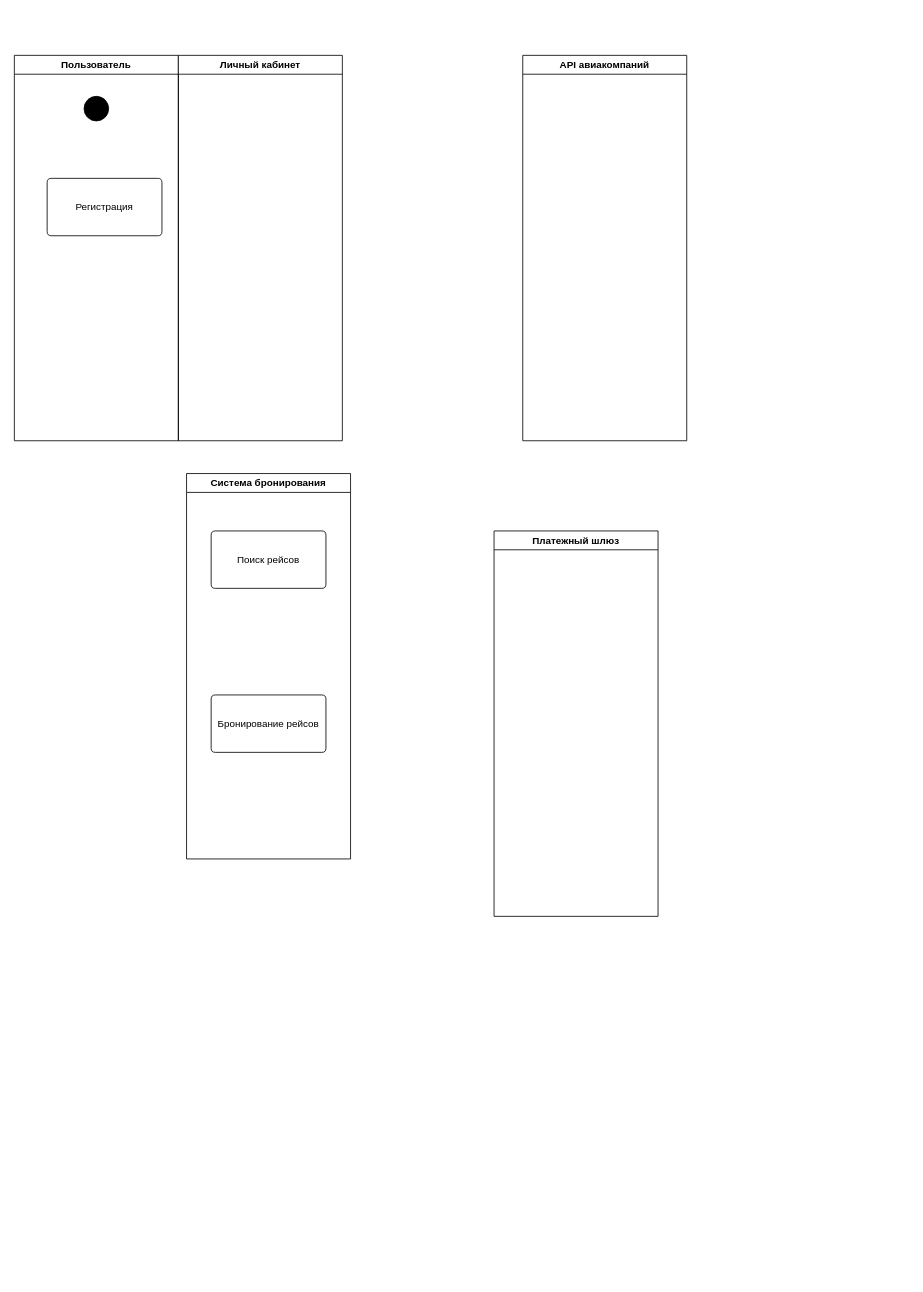
chchjii/Draw.io keeps this draw.io diagram as Разработка и построение диаграмм активностей.drawio. Above is the earlier version. Source tidied: cells renumbered, new cells numbered last; positions are measured from the earlier drawing's top-left corner, leaving out a move shared by most shapes. Both pictures are drawn from the tidied source at 82%, with x=0, y=0 at pixel (14, 55).
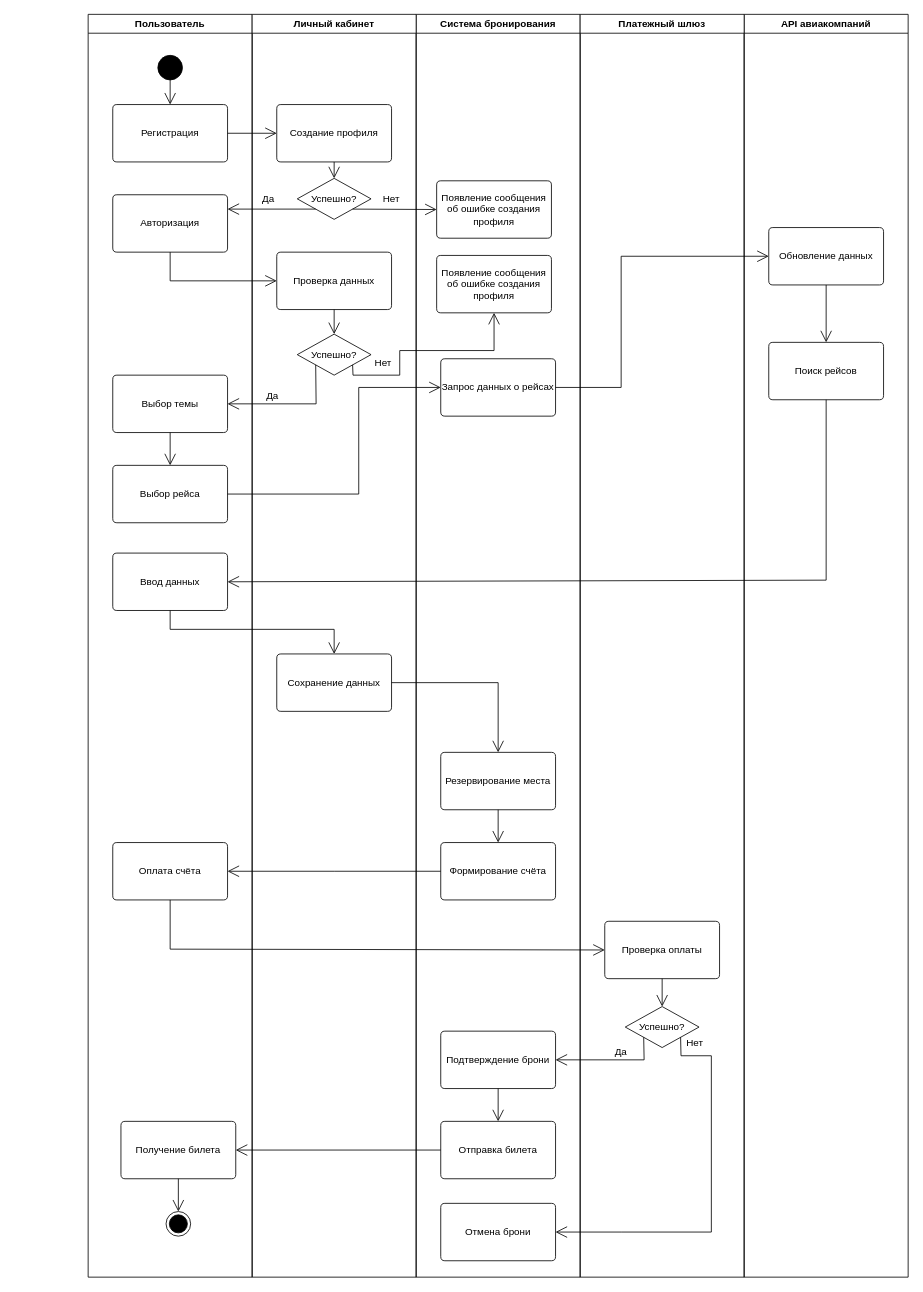
The same page after the edit.

The change refers to these unchanged cells:
```xml
<mxCell id="4" style="ellipse;fillColor=strokeColor;html=1;" parent="2" vertex="1">
  <mxGeometry x="85" y="50" width="30" height="30" as="geometry" />
</mxCell>
```

Change to the diagram source:
```diff
@@
     <mxCell id="2" value="Пользователь" style="swimlane;whiteSpace=wrap;html=1;" parent="1" vertex="1">
-      <mxGeometry width="200" height="470" as="geometry" />
+      <mxGeometry x="90" y="-50" width="200" height="1540" as="geometry" />
     </mxCell>
     <mxCell id="3" value="Регистрация" style="html=1;align=center;verticalAlign=middle;rounded=1;absoluteArcSize=1;arcSize=10;dashed=0;whiteSpace=wrap;" parent="2" vertex="1">
-      <mxGeometry x="40" y="150" width="140" height="70" as="geometry" />
+      <mxGeometry x="30" y="110" width="140" height="70" as="geometry" />
     </mxCell>
@@
+    <mxCell id="11" value="Авторизация" style="html=1;align=center;verticalAlign=middle;rounded=1;absoluteArcSize=1;arcSize=10;dashed=0;whiteSpace=wrap;" parent="2" vertex="1">
+      <mxGeometry x="30" y="220" width="140" height="70" as="geometry" />
+    </mxCell>
+    <mxCell id="12" value="Выбор рейса" style="html=1;align=center;verticalAlign=middle;rounded=1;absoluteArcSize=1;arcSize=10;dashed=0;whiteSpace=wrap;" parent="2" vertex="1">
+      <mxGeometry x="30" y="550" width="140" height="70" as="geometry" />
+    </mxCell>
+    <mxCell id="13" value="Ввод данных" style="html=1;align=center;verticalAlign=middle;rounded=1;absoluteArcSize=1;arcSize=10;dashed=0;whiteSpace=wrap;" parent="2" vertex="1">
+      <mxGeometry x="30" y="657" width="140" height="70" as="geometry" />
+    </mxCell>
+    <mxCell id="14" value="Оплата счёта" style="html=1;align=center;verticalAlign=middle;rounded=1;absoluteArcSize=1;arcSize=10;dashed=0;whiteSpace=wrap;" parent="2" vertex="1">
+      <mxGeometry x="30" y="1010" width="140" height="70" as="geometry" />
+    </mxCell>
+    <mxCell id="15" value="Получение билета" style="html=1;align=center;verticalAlign=middle;rounded=1;absoluteArcSize=1;arcSize=10;dashed=0;whiteSpace=wrap;" parent="2" vertex="1">
+      <mxGeometry x="40" y="1350" width="140" height="70" as="geometry" />
+    </mxCell>
+    <mxCell id="16" style="endArrow=open;endFill=1;endSize=12;html=1;rounded=0;exitX=0.5;exitY=1;exitDx=0;exitDy=0;entryX=0.5;entryY=0;entryDx=0;entryDy=0;" parent="2" edge="1" source="4" target="3">
+      <mxGeometry relative="1" as="geometry" />
+    </mxCell>
+    <mxCell id="17" value="Выбор темы" style="html=1;align=center;verticalAlign=middle;rounded=1;absoluteArcSize=1;arcSize=10;dashed=0;whiteSpace=wrap;" parent="2" vertex="1">
+      <mxGeometry x="30" y="440" width="140" height="70" as="geometry" />
+    </mxCell>
+    <mxCell id="18" style="endArrow=open;endFill=1;endSize=12;html=1;rounded=0;exitX=0.5;exitY=1;exitDx=0;exitDy=0;entryX=0.5;entryY=0;entryDx=0;entryDy=0;" parent="2" edge="1" source="17" target="12">
+      <mxGeometry relative="1" as="geometry" />
+    </mxCell>
+    <mxCell id="19" style="ellipse;html=1;shape=endState;fillColor=strokeColor;" parent="2" vertex="1">
+      <mxGeometry x="95" y="1460" width="30" height="30" as="geometry" />
+    </mxCell>
+    <mxCell id="20" style="endArrow=open;endFill=1;endSize=12;html=1;rounded=0;exitX=0.5;exitY=1;exitDx=0;exitDy=0;entryX=0.5;entryY=0;entryDx=0;entryDy=0;" parent="2" edge="1" source="15" target="19">
+      <mxGeometry relative="1" as="geometry" />
+    </mxCell>
     <mxCell id="5" value="Система бронирования" style="swimlane;whiteSpace=wrap;html=1;" parent="1" vertex="1">
-      <mxGeometry x="210" y="510" width="200" height="470" as="geometry" />
+      <mxGeometry x="490" y="-50" width="200" height="1540" as="geometry" />
     </mxCell>
+    <mxCell id="21" value="Запрос данных о рейсах" style="html=1;align=center;verticalAlign=middle;rounded=1;absoluteArcSize=1;arcSize=10;dashed=0;whiteSpace=wrap;" parent="5" vertex="1">
+      <mxGeometry x="30" y="420" width="140" height="70" as="geometry" />
+    </mxCell>
+    <mxCell id="22" value="Резервирование места" style="html=1;align=center;verticalAlign=middle;rounded=1;absoluteArcSize=1;arcSize=10;dashed=0;whiteSpace=wrap;" parent="5" vertex="1">
+      <mxGeometry x="30" y="900" width="140" height="70" as="geometry" />
+    </mxCell>
+    <mxCell id="23" value="Формирование счёта" style="html=1;align=center;verticalAlign=middle;rounded=1;absoluteArcSize=1;arcSize=10;dashed=0;whiteSpace=wrap;" parent="5" vertex="1">
+      <mxGeometry x="30" y="1010" width="140" height="70" as="geometry" />
+    </mxCell>
+    <mxCell id="24" value="Отправка билета" style="html=1;align=center;verticalAlign=middle;rounded=1;absoluteArcSize=1;arcSize=10;dashed=0;whiteSpace=wrap;" parent="5" vertex="1">
+      <mxGeometry x="30" y="1350" width="140" height="70" as="geometry" />
+    </mxCell>
+    <mxCell id="25" style="endArrow=open;endFill=1;endSize=12;html=1;rounded=0;exitX=0.5;exitY=1;exitDx=0;exitDy=0;entryX=0.5;entryY=0;entryDx=0;entryDy=0;" parent="5" edge="1" source="22" target="23">
+      <mxGeometry relative="1" as="geometry" />
+    </mxCell>
+    <mxCell id="26" value="Появление сообщения об ошибке создания профиля" style="html=1;align=center;verticalAlign=middle;rounded=1;absoluteArcSize=1;arcSize=10;dashed=0;whiteSpace=wrap;" parent="5" vertex="1">
+      <mxGeometry x="25" y="203" width="140" height="70" as="geometry" />
+    </mxCell>
+    <mxCell id="27" value="Появление сообщения об ошибке создания профиля" style="html=1;align=center;verticalAlign=middle;rounded=1;absoluteArcSize=1;arcSize=10;dashed=0;whiteSpace=wrap;" parent="5" vertex="1">
+      <mxGeometry x="25" y="294" width="140" height="70" as="geometry" />
+    </mxCell>
+    <mxCell id="28" value="Подтверждение брони" style="html=1;align=center;verticalAlign=middle;rounded=1;absoluteArcSize=1;arcSize=10;dashed=0;whiteSpace=wrap;" parent="5" vertex="1">
+      <mxGeometry x="30" y="1240" width="140" height="70" as="geometry" />
+    </mxCell>
+    <mxCell id="29" style="endArrow=open;endFill=1;endSize=12;html=1;rounded=0;exitX=0.5;exitY=1;exitDx=0;exitDy=0;entryX=0.5;entryY=0;entryDx=0;entryDy=0;" parent="5" edge="1" source="28" target="24">
+      <mxGeometry relative="1" as="geometry" />
+    </mxCell>
+    <mxCell id="30" value="Отмена брони" style="html=1;align=center;verticalAlign=middle;rounded=1;absoluteArcSize=1;arcSize=10;dashed=0;whiteSpace=wrap;" parent="5" vertex="1">
+      <mxGeometry x="30" y="1450" width="140" height="70" as="geometry" />
+    </mxCell>
+    <mxCell id="8" value="API авиакомпаний" style="swimlane;whiteSpace=wrap;html=1;" parent="1" vertex="1">
+      <mxGeometry x="890" y="-50" width="200" height="1540" as="geometry" />
+    </mxCell>
-    <mxCell id="6" value="Поиск рейсов" style="html=1;align=center;verticalAlign=middle;rounded=1;absoluteArcSize=1;arcSize=10;dashed=0;whiteSpace=wrap;" parent="5" vertex="1">
-      <mxGeometry x="30" y="70" width="140" height="70" as="geometry" />
+    <mxCell id="6" value="Обновление данных" style="html=1;align=center;verticalAlign=middle;rounded=1;absoluteArcSize=1;arcSize=10;dashed=0;whiteSpace=wrap;" parent="8" vertex="1">
+      <mxGeometry x="30" y="260" width="140" height="70" as="geometry" />
     </mxCell>
-    <mxCell id="7" value="Бронирование рейсов" style="html=1;align=center;verticalAlign=middle;rounded=1;absoluteArcSize=1;arcSize=10;dashed=0;whiteSpace=wrap;" parent="5" vertex="1">
-      <mxGeometry x="30" y="270" width="140" height="70" as="geometry" />
-    </mxCell>
-    <mxCell id="8" value="API авиакомпаний" style="swimlane;whiteSpace=wrap;html=1;" parent="1" vertex="1">
-      <mxGeometry x="620" width="200" height="470" as="geometry" />
-    </mxCell>
+    <mxCell id="31" value="Поиск рейсов" style="html=1;align=center;verticalAlign=middle;rounded=1;absoluteArcSize=1;arcSize=10;dashed=0;whiteSpace=wrap;" parent="8" vertex="1">
+      <mxGeometry x="30" y="400" width="140" height="70" as="geometry" />
+    </mxCell>
+    <mxCell id="32" style="endArrow=open;endFill=1;endSize=12;html=1;rounded=0;exitX=0.5;exitY=1;exitDx=0;exitDy=0;entryX=0.5;entryY=0;entryDx=0;entryDy=0;" parent="8" edge="1" source="6" target="31">
+      <mxGeometry relative="1" as="geometry" />
+    </mxCell>
     <mxCell id="9" value="Платежный шлюз" style="swimlane;whiteSpace=wrap;html=1;" parent="1" vertex="1">
-      <mxGeometry x="585" y="580" width="200" height="470" as="geometry" />
+      <mxGeometry x="690" y="-50" width="200" height="1540" as="geometry" />
     </mxCell>
+    <mxCell id="33" value="Проверка оплаты" style="html=1;align=center;verticalAlign=middle;rounded=1;absoluteArcSize=1;arcSize=10;dashed=0;whiteSpace=wrap;" parent="9" vertex="1">
+      <mxGeometry x="30" y="1106" width="140" height="70" as="geometry" />
+    </mxCell>
+    <mxCell id="34" value="Успешно?" style="shape=rhombus;html=1;dashed=0;whiteSpace=wrap;perimeter=rhombusPerimeter;" parent="9" vertex="1">
+      <mxGeometry x="55" y="1210" width="90" height="50" as="geometry" />
+    </mxCell>
+    <mxCell id="35" style="endArrow=open;endFill=1;endSize=12;html=1;rounded=0;exitX=0.5;exitY=1;exitDx=0;exitDy=0;entryX=0.5;entryY=0;entryDx=0;entryDy=0;" parent="9" edge="1" source="33" target="34">
+      <mxGeometry relative="1" as="geometry" />
+    </mxCell>
+    <mxCell id="36" value="Да" style="text;html=1;align=center;verticalAlign=middle;whiteSpace=wrap;rounded=0;" parent="9" vertex="1">
+      <mxGeometry x="20" y="1250" width="60" height="30" as="geometry" />
+    </mxCell>
+    <mxCell id="37" value="Нет" style="text;html=1;align=center;verticalAlign=middle;whiteSpace=wrap;rounded=0;" parent="9" vertex="1">
+      <mxGeometry x="110" y="1240" width="60" height="30" as="geometry" />
+    </mxCell>
     <mxCell id="10" value="Личный кабинет" style="swimlane;whiteSpace=wrap;html=1;" parent="1" vertex="1">
-      <mxGeometry x="200" width="200" height="470" as="geometry" />
+      <mxGeometry x="290" y="-50" width="200" height="1540" as="geometry" />
     </mxCell>
+    <mxCell id="38" value="Создание профиля" style="html=1;align=center;verticalAlign=middle;rounded=1;absoluteArcSize=1;arcSize=10;dashed=0;whiteSpace=wrap;" parent="10" vertex="1">
+      <mxGeometry x="30" y="110" width="140" height="70" as="geometry" />
+    </mxCell>
+    <mxCell id="39" value="Успешно?" style="shape=rhombus;html=1;dashed=0;whiteSpace=wrap;perimeter=rhombusPerimeter;" parent="10" vertex="1">
+      <mxGeometry x="55" y="200" width="90" height="50" as="geometry" />
+    </mxCell>
+    <mxCell id="40" style="endArrow=open;endFill=1;endSize=12;html=1;rounded=0;exitX=0.5;exitY=1;exitDx=0;exitDy=0;entryX=0.5;entryY=0;entryDx=0;entryDy=0;" parent="10" edge="1" source="38" target="39">
+      <mxGeometry relative="1" as="geometry" />
+    </mxCell>
+    <mxCell id="41" value="Да" style="text;html=1;align=center;verticalAlign=middle;whiteSpace=wrap;rounded=0;" parent="10" vertex="1">
+      <mxGeometry x="-10" y="210" width="60" height="30" as="geometry" />
+    </mxCell>
+    <mxCell id="42" value="Проверка данных" style="html=1;align=center;verticalAlign=middle;rounded=1;absoluteArcSize=1;arcSize=10;dashed=0;whiteSpace=wrap;" parent="10" vertex="1">
+      <mxGeometry x="30" y="290" width="140" height="70" as="geometry" />
+    </mxCell>
+    <mxCell id="43" value="Успешно?" style="shape=rhombus;html=1;dashed=0;whiteSpace=wrap;perimeter=rhombusPerimeter;" parent="10" vertex="1">
+      <mxGeometry x="55" y="390" width="90" height="50" as="geometry" />
+    </mxCell>
+    <mxCell id="44" style="endArrow=open;endFill=1;endSize=12;html=1;rounded=0;exitX=0.5;exitY=1;exitDx=0;exitDy=0;entryX=0.5;entryY=0;entryDx=0;entryDy=0;" parent="10" edge="1" source="42" target="43">
+      <mxGeometry relative="1" as="geometry" />
+    </mxCell>
+    <mxCell id="45" value="Да" style="text;html=1;align=center;verticalAlign=middle;whiteSpace=wrap;rounded=0;" parent="10" vertex="1">
+      <mxGeometry x="-5" y="450" width="60" height="30" as="geometry" />
+    </mxCell>
+    <mxCell id="46" value="Сохранение данных" style="html=1;align=center;verticalAlign=middle;rounded=1;absoluteArcSize=1;arcSize=10;dashed=0;whiteSpace=wrap;" parent="10" vertex="1">
+      <mxGeometry x="30" y="780" width="140" height="70" as="geometry" />
+    </mxCell>
+    <mxCell id="47" value="Нет" style="text;html=1;align=center;verticalAlign=middle;whiteSpace=wrap;rounded=0;" parent="10" vertex="1">
+      <mxGeometry x="140" y="210" width="60" height="30" as="geometry" />
+    </mxCell>
+    <mxCell id="48" value="Нет" style="text;html=1;align=center;verticalAlign=middle;whiteSpace=wrap;rounded=0;" parent="10" vertex="1">
+      <mxGeometry x="130" y="410" width="60" height="30" as="geometry" />
+    </mxCell>
+    <mxCell id="49" style="endArrow=open;endFill=1;endSize=12;html=1;rounded=0;exitX=1;exitY=0.5;exitDx=0;exitDy=0;entryX=0;entryY=0.5;entryDx=0;entryDy=0;" parent="1" edge="1" source="3" target="38">
+      <mxGeometry relative="1" as="geometry" />
+    </mxCell>
+    <mxCell id="50" style="endArrow=open;endFill=1;endSize=12;html=1;rounded=0;exitX=0;exitY=1;exitDx=0;exitDy=0;entryX=1;entryY=0.25;entryDx=0;entryDy=0;" parent="1" edge="1" source="39" target="11">
+      <mxGeometry relative="1" as="geometry" />
+    </mxCell>
+    <mxCell id="51" style="endArrow=open;endFill=1;endSize=12;html=1;rounded=0;exitX=0.5;exitY=1;exitDx=0;exitDy=0;entryX=0;entryY=0.5;entryDx=0;entryDy=0;" parent="1" edge="1" source="11" target="42">
+      <mxGeometry relative="1" as="geometry">
+        <Array as="points">
+          <mxPoint x="190" y="275" />
+        </Array>
+      </mxGeometry>
+    </mxCell>
+    <mxCell id="52" style="endArrow=open;endFill=1;endSize=12;html=1;rounded=0;exitX=0;exitY=1;exitDx=0;exitDy=0;entryX=1;entryY=0.5;entryDx=0;entryDy=0;" parent="1" edge="1" source="43" target="17">
+      <mxGeometry relative="1" as="geometry">
+        <Array as="points">
+          <mxPoint x="368" y="425" />
+        </Array>
+      </mxGeometry>
+    </mxCell>
+    <mxCell id="53" style="endArrow=open;endFill=1;endSize=12;html=1;rounded=0;exitX=1;exitY=0.5;exitDx=0;exitDy=0;entryX=0;entryY=0.5;entryDx=0;entryDy=0;" parent="1" edge="1" source="12" target="21">
+      <mxGeometry relative="1" as="geometry">
+        <Array as="points">
+          <mxPoint x="420" y="535" />
+          <mxPoint x="420" y="405" />
+        </Array>
+      </mxGeometry>
+    </mxCell>
+    <mxCell id="54" style="endArrow=open;endFill=1;endSize=12;html=1;rounded=0;exitX=1;exitY=0.5;exitDx=0;exitDy=0;entryX=0;entryY=0.5;entryDx=0;entryDy=0;" parent="1" edge="1" source="21" target="6">
+      <mxGeometry relative="1" as="geometry">
+        <Array as="points">
+          <mxPoint x="740" y="405" />
+          <mxPoint x="740" y="245" />
+        </Array>
+      </mxGeometry>
+    </mxCell>
+    <mxCell id="55" style="endArrow=open;endFill=1;endSize=12;html=1;rounded=0;exitX=0.5;exitY=1;exitDx=0;exitDy=0;entryX=1;entryY=0.5;entryDx=0;entryDy=0;" parent="1" edge="1" source="31" target="13">
+      <mxGeometry relative="1" as="geometry">
+        <Array as="points">
+          <mxPoint x="990" y="640" />
+        </Array>
+      </mxGeometry>
+    </mxCell>
+    <mxCell id="56" style="endArrow=open;endFill=1;endSize=12;html=1;rounded=0;exitX=0.5;exitY=1;exitDx=0;exitDy=0;entryX=0.5;entryY=0;entryDx=0;entryDy=0;" parent="1" edge="1" source="13" target="46">
+      <mxGeometry relative="1" as="geometry">
+        <Array as="points">
+          <mxPoint x="190" y="700" />
+          <mxPoint x="390" y="700" />
+        </Array>
+      </mxGeometry>
+    </mxCell>
+    <mxCell id="57" style="endArrow=open;endFill=1;endSize=12;html=1;rounded=0;exitX=1;exitY=0.5;exitDx=0;exitDy=0;entryX=0.5;entryY=0;entryDx=0;entryDy=0;" parent="1" edge="1" source="46" target="22">
+      <mxGeometry relative="1" as="geometry">
+        <Array as="points">
+          <mxPoint x="590" y="765" />
+        </Array>
+      </mxGeometry>
+    </mxCell>
+    <mxCell id="58" style="endArrow=open;endFill=1;endSize=12;html=1;rounded=0;exitX=0;exitY=0.5;exitDx=0;exitDy=0;entryX=1;entryY=0.5;entryDx=0;entryDy=0;" parent="1" edge="1" source="23" target="14">
+      <mxGeometry relative="1" as="geometry">
+        <Array as="points">
+          <mxPoint x="390" y="995" />
+        </Array>
+      </mxGeometry>
+    </mxCell>
+    <mxCell id="59" style="endArrow=open;endFill=1;endSize=12;html=1;rounded=0;exitX=0.5;exitY=1;exitDx=0;exitDy=0;entryX=0;entryY=0.5;entryDx=0;entryDy=0;" parent="1" edge="1" source="14" target="33">
+      <mxGeometry relative="1" as="geometry">
+        <Array as="points">
+          <mxPoint x="190" y="1090" />
+        </Array>
+      </mxGeometry>
+    </mxCell>
+    <mxCell id="60" style="endArrow=open;endFill=1;endSize=12;html=1;rounded=0;exitX=0;exitY=1;exitDx=0;exitDy=0;entryX=1;entryY=0.5;entryDx=0;entryDy=0;" parent="1" edge="1" source="34" target="28">
+      <mxGeometry relative="1" as="geometry">
+        <Array as="points">
+          <mxPoint x="768" y="1225" />
+        </Array>
+      </mxGeometry>
+    </mxCell>
+    <mxCell id="61" style="endArrow=open;endFill=1;endSize=12;html=1;rounded=0;exitX=0;exitY=0.5;exitDx=0;exitDy=0;entryX=1;entryY=0.5;entryDx=0;entryDy=0;" parent="1" edge="1" source="24" target="15">
+      <mxGeometry relative="1" as="geometry" />
+    </mxCell>
+    <mxCell id="62" style="endArrow=open;endFill=1;endSize=12;html=1;rounded=0;exitX=1;exitY=1;exitDx=0;exitDy=0;entryX=0;entryY=0.5;entryDx=0;entryDy=0;" parent="1" edge="1" source="39" target="26">
+      <mxGeometry relative="1" as="geometry" />
+    </mxCell>
+    <mxCell id="63" style="endArrow=open;endFill=1;endSize=12;html=1;rounded=0;exitX=1;exitY=1;exitDx=0;exitDy=0;entryX=0.5;entryY=1;entryDx=0;entryDy=0;" parent="1" edge="1" source="43" target="27">
+      <mxGeometry relative="1" as="geometry">
+        <Array as="points">
+          <mxPoint x="413" y="390" />
+          <mxPoint x="470" y="390" />
+          <mxPoint x="470" y="360" />
+          <mxPoint x="585" y="360" />
+        </Array>
+      </mxGeometry>
+    </mxCell>
+    <mxCell id="64" style="endArrow=open;endFill=1;endSize=12;html=1;rounded=0;exitX=1;exitY=1;exitDx=0;exitDy=0;entryX=1;entryY=0.5;entryDx=0;entryDy=0;" parent="1" edge="1" source="34" target="30">
+      <mxGeometry relative="1" as="geometry">
+        <Array as="points">
+          <mxPoint x="813" y="1220" />
+          <mxPoint x="850" y="1220" />
+          <mxPoint x="850" y="1435" />
+          <mxPoint x="740" y="1435" />
+        </Array>
+      </mxGeometry>
+    </mxCell>
```
